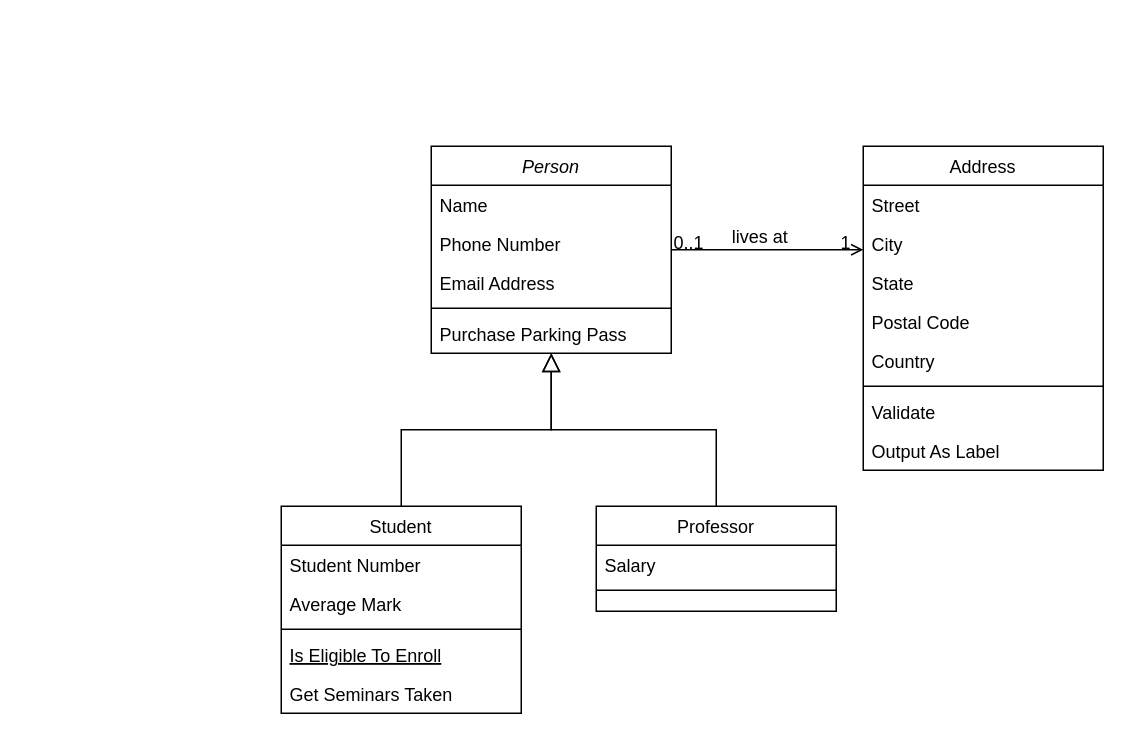
Before: vivo-exsystemserver-analyz-20221102.drawio in quexiaolong/OV-ExFramework, a draw.io diagram. Source tidied: cells renumbered, new cells numbered last; positions are measured from the earlier drawing's top-left corner, leaving out a move shared by most shapes. Both pictures are drawn from the tidied source at 150%, with x=0, y=0 at pixel (280, 146).
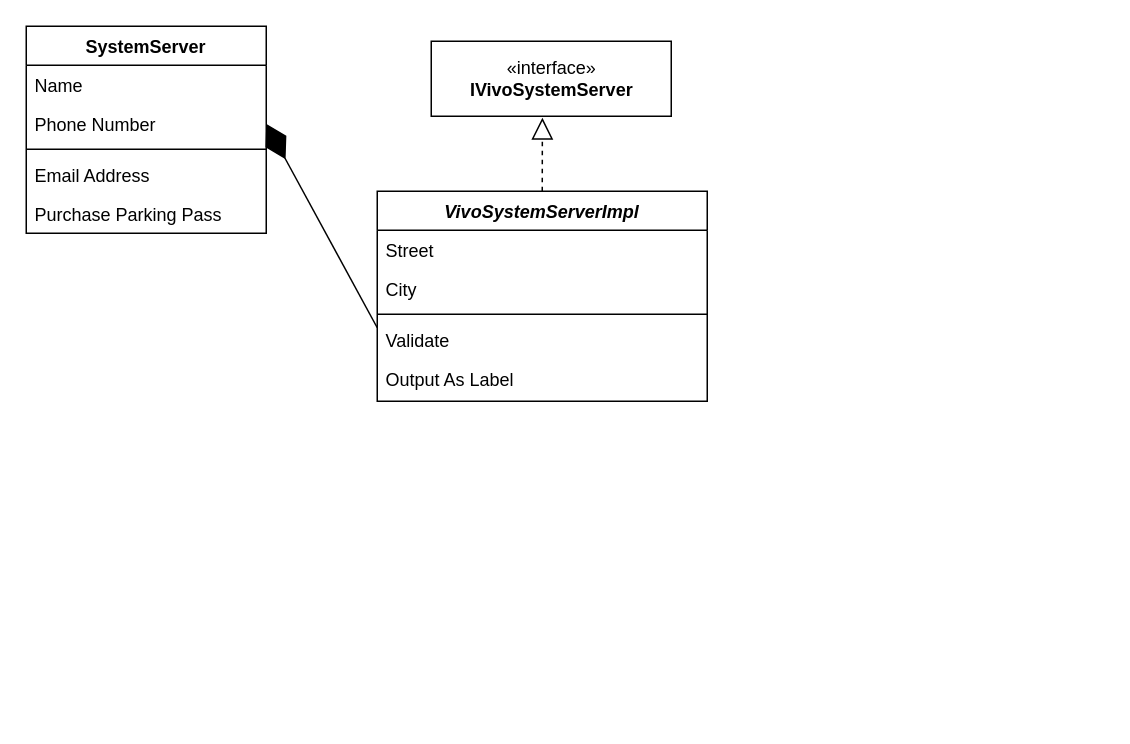
After the change.

The change refers to these unchanged cells:
```xml
<mxCell id="4" value="Phone Number" style="text;align=left;verticalAlign=top;spacingLeft=4;spacingRight=4;overflow=hidden;points=[[0,0.5],[1,0.5]];portConstraint=eastwest;rounded=0;shadow=0;html=0;" parent="2" vertex="1">
  <mxGeometry y="52" width="160" height="26" as="geometry" />
</mxCell>
```

The edit, as a diff of the source:
```diff
@@
-    <mxCell id="2" value="Person" style="swimlane;fontStyle=2;align=center;verticalAlign=top;horizontal=1;startSize=26;rounded=0;shadow=0;strokeWidth=1;" parent="1" vertex="1">
-      <mxGeometry x="100" width="160" height="138" as="geometry" />
+    <mxCell id="2" value="SystemServer" style="swimlane;fontStyle=1;align=center;verticalAlign=top;horizontal=1;startSize=26;rounded=0;shadow=0;strokeWidth=1;" parent="1" vertex="1">
+      <mxGeometry x="-170" y="-80" width="160" height="138" as="geometry" />
     </mxCell>
@@
+    <mxCell id="6" style="line;html=1;strokeWidth=1;align=left;verticalAlign=middle;spacingTop=-1;spacingLeft=3;spacingRight=3;labelPosition=right;" parent="2" vertex="1">
+      <mxGeometry y="78" width="160" height="8" as="geometry" />
+    </mxCell>
     <mxCell id="5" value="Email Address" style="text;align=left;verticalAlign=top;spacingLeft=4;spacingRight=4;overflow=hidden;rounded=0;shadow=0;html=0;" parent="2" vertex="1">
-      <mxGeometry y="78" width="160" height="26" as="geometry" />
+      <mxGeometry y="86" width="160" height="26" as="geometry" />
     </mxCell>
-    <mxCell id="6" style="line;html=1;strokeWidth=1;align=left;verticalAlign=middle;spacingTop=-1;spacingLeft=3;spacingRight=3;labelPosition=right;" parent="2" vertex="1">
-      <mxGeometry y="104" width="160" height="8" as="geometry" />
-    </mxCell>
@@
-    <mxCell id="8" value="Student" style="swimlane;fontStyle=0;align=center;verticalAlign=top;horizontal=1;startSize=26;rounded=0;shadow=0;strokeWidth=1;" parent="1" vertex="1">
-      <mxGeometry y="240" width="160" height="138" as="geometry" />
-    </mxCell>
-    <mxCell id="9" value="Student Number" style="text;align=left;verticalAlign=top;spacingLeft=4;spacingRight=4;overflow=hidden;" parent="8" vertex="1">
-      <mxGeometry y="26" width="160" height="26" as="geometry" />
-    </mxCell>
-    <mxCell id="10" value="Average Mark" style="text;align=left;verticalAlign=top;spacingLeft=4;spacingRight=4;overflow=hidden;rounded=0;shadow=0;html=0;" parent="8" vertex="1">
-      <mxGeometry y="52" width="160" height="26" as="geometry" />
-    </mxCell>
-    <mxCell id="11" style="line;html=1;strokeWidth=1;align=left;verticalAlign=middle;spacingTop=-1;spacingLeft=3;spacingRight=3;labelPosition=right;" parent="8" vertex="1">
-      <mxGeometry y="78" width="160" height="8" as="geometry" />
-    </mxCell>
-    <mxCell id="12" value="Is Eligible To Enroll" style="text;align=left;verticalAlign=top;spacingLeft=4;spacingRight=4;overflow=hidden;fontStyle=4;" parent="8" vertex="1">
-      <mxGeometry y="86" width="160" height="26" as="geometry" />
-    </mxCell>
-    <mxCell id="13" value="Get Seminars Taken" style="text;align=left;verticalAlign=top;spacingLeft=4;spacingRight=4;overflow=hidden;" parent="8" vertex="1">
-      <mxGeometry y="112" width="160" height="26" as="geometry" />
-    </mxCell>
-    <mxCell id="14" style="endArrow=block;endSize=10;endFill=0;shadow=0;strokeWidth=1;rounded=0;edgeStyle=elbowEdgeStyle;elbow=vertical;" parent="1" edge="1" source="8" target="2">
-      <mxGeometry relative="1" as="geometry" />
-    </mxCell>
-    <mxCell id="15" value="Professor" style="swimlane;fontStyle=0;align=center;verticalAlign=top;horizontal=1;startSize=26;rounded=0;shadow=0;strokeWidth=1;" parent="1" vertex="1">
-      <mxGeometry x="210" y="240" width="160" height="70" as="geometry" />
-    </mxCell>
-    <mxCell id="16" value="Salary" style="text;align=left;verticalAlign=top;spacingLeft=4;spacingRight=4;overflow=hidden;" parent="15" vertex="1">
-      <mxGeometry y="26" width="160" height="26" as="geometry" />
-    </mxCell>
-    <mxCell id="17" style="line;html=1;strokeWidth=1;align=left;verticalAlign=middle;spacingTop=-1;spacingLeft=3;spacingRight=3;labelPosition=right;" parent="15" vertex="1">
-      <mxGeometry y="52" width="160" height="8" as="geometry" />
-    </mxCell>
-    <mxCell id="18" style="endArrow=block;endSize=10;endFill=0;shadow=0;strokeWidth=1;rounded=0;edgeStyle=elbowEdgeStyle;elbow=vertical;" parent="1" edge="1" source="15" target="2">
-      <mxGeometry relative="1" as="geometry" />
-    </mxCell>
-    <mxCell id="19" value="Address" style="swimlane;fontStyle=0;align=center;verticalAlign=top;horizontal=1;startSize=26;rounded=0;shadow=0;strokeWidth=1;" parent="1" vertex="1">
-      <mxGeometry x="388" width="160" height="216" as="geometry" />
+    <mxCell id="19" value="VivoSystemServerImpl" style="swimlane;fontStyle=3;align=center;verticalAlign=top;horizontal=1;startSize=26;rounded=0;shadow=0;strokeWidth=1;" parent="1" vertex="1">
+      <mxGeometry x="64" y="30" width="220" height="140" as="geometry" />
     </mxCell>
     <mxCell id="20" value="Street" style="text;align=left;verticalAlign=top;spacingLeft=4;spacingRight=4;overflow=hidden;" parent="19" vertex="1">
-      <mxGeometry y="26" width="160" height="26" as="geometry" />
+      <mxGeometry y="26" width="220" height="26" as="geometry" />
     </mxCell>
     <mxCell id="21" value="City" style="text;align=left;verticalAlign=top;spacingLeft=4;spacingRight=4;overflow=hidden;rounded=0;shadow=0;html=0;" parent="19" vertex="1">
-      <mxGeometry y="52" width="160" height="26" as="geometry" />
+      <mxGeometry y="52" width="220" height="26" as="geometry" />
     </mxCell>
-    <mxCell id="22" value="State" style="text;align=left;verticalAlign=top;spacingLeft=4;spacingRight=4;overflow=hidden;rounded=0;shadow=0;html=0;" parent="19" vertex="1">
-      <mxGeometry y="78" width="160" height="26" as="geometry" />
-    </mxCell>
-    <mxCell id="23" value="Postal Code" style="text;align=left;verticalAlign=top;spacingLeft=4;spacingRight=4;overflow=hidden;rounded=0;shadow=0;html=0;" parent="19" vertex="1">
-      <mxGeometry y="104" width="160" height="26" as="geometry" />
-    </mxCell>
-    <mxCell id="24" value="Country" style="text;align=left;verticalAlign=top;spacingLeft=4;spacingRight=4;overflow=hidden;rounded=0;shadow=0;html=0;" parent="19" vertex="1">
-      <mxGeometry y="130" width="160" height="26" as="geometry" />
-    </mxCell>
     <mxCell id="25" style="line;html=1;strokeWidth=1;align=left;verticalAlign=middle;spacingTop=-1;spacingLeft=3;spacingRight=3;labelPosition=right;" parent="19" vertex="1">
-      <mxGeometry y="156" width="160" height="8" as="geometry" />
+      <mxGeometry y="78" width="220" height="8" as="geometry" />
     </mxCell>
     <mxCell id="26" value="Validate" style="text;align=left;verticalAlign=top;spacingLeft=4;spacingRight=4;overflow=hidden;" parent="19" vertex="1">
-      <mxGeometry y="164" width="160" height="26" as="geometry" />
+      <mxGeometry y="86" width="220" height="26" as="geometry" />
     </mxCell>
     <mxCell id="27" value="Output As Label" style="text;align=left;verticalAlign=top;spacingLeft=4;spacingRight=4;overflow=hidden;" parent="19" vertex="1">
-      <mxGeometry y="190" width="160" height="26" as="geometry" />
+      <mxGeometry y="112" width="220" height="26" as="geometry" />
     </mxCell>
-    <mxCell id="28" style="endArrow=open;shadow=0;strokeWidth=1;rounded=0;endFill=1;edgeStyle=elbowEdgeStyle;elbow=vertical;" parent="1" edge="1" source="2" target="19">
-      <mxGeometry x="0.5" y="41" relative="1" as="geometry">
-        <mxPoint x="-40" y="32" as="offset" />
-      </mxGeometry>
-    </mxCell>
-    <mxCell id="29" value="0..1" style="align=left;verticalAlign=bottom;labelBackgroundColor=none;fontSize=12;" parent="28" vertex="1">
-      <mxGeometry x="-1" relative="1" as="geometry">
-        <mxPoint y="4" as="offset" />
-      </mxGeometry>
-    </mxCell>
-    <mxCell id="30" value="1" style="align=right;verticalAlign=bottom;labelBackgroundColor=none;fontSize=12;" parent="28" vertex="1">
-      <mxGeometry x="1" relative="1" as="geometry">
-        <mxPoint x="-7" y="4" as="offset" />
-      </mxGeometry>
-    </mxCell>
-    <mxCell id="31" value="lives at" style="text;html=1;align=center;verticalAlign=middle;labelBackgroundColor=none;rounded=0;shadow=0;strokeWidth=1;fontSize=12;" parent="28" vertex="1">
-      <mxGeometry x="0.5" y="49" relative="1" as="geometry">
-        <mxPoint x="-38" y="40" as="offset" />
-      </mxGeometry>
-    </mxCell>
+    <mxCell id="32" value="«interface»&lt;br&gt;&lt;b&gt;IVivoSystemServer&lt;/b&gt;" style="html=1;" parent="1" vertex="1">
+      <mxGeometry x="100" y="-70" width="160" height="50" as="geometry" />
+    </mxCell>
+    <mxCell id="33" style="endArrow=block;dashed=1;endFill=0;endSize=12;html=1;rounded=0;entryX=0.463;entryY=1.02;entryDx=0;entryDy=0;entryPerimeter=0;exitX=0.5;exitY=0;exitDx=0;exitDy=0;" parent="1" edge="1" source="19" target="32">
+      <mxGeometry relative="1" as="geometry" />
+    </mxCell>
+    <mxCell id="34" style="endArrow=diamondThin;endFill=1;endSize=24;html=1;rounded=0;entryX=1;entryY=0.5;entryDx=0;entryDy=0;exitX=0;exitY=0.5;exitDx=0;exitDy=0;" parent="1" edge="1" target="4">
+      <mxGeometry relative="1" as="geometry">
+        <mxPoint x="64" y="121" as="sourcePoint" />
+      </mxGeometry>
+    </mxCell>
```
